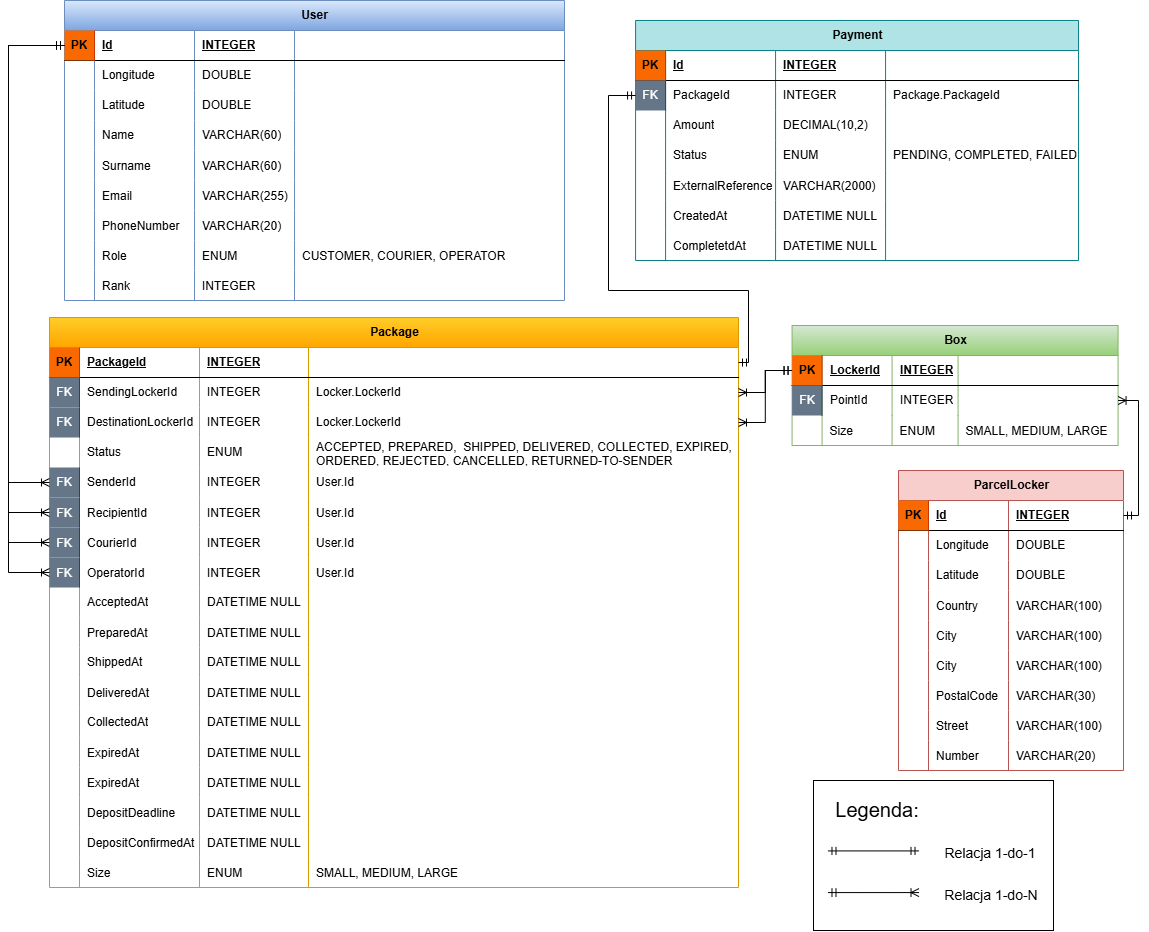
This is docs/IO - diagram ER.drawio.png from Krzysiek-Mistrz/package_managment_system, a draw.io export, as it was before one commit. Source tidied: cells renumbered, new cells last; positions are measured from the earlier drawing's top-left corner, leaving out a move shared by most shapes.
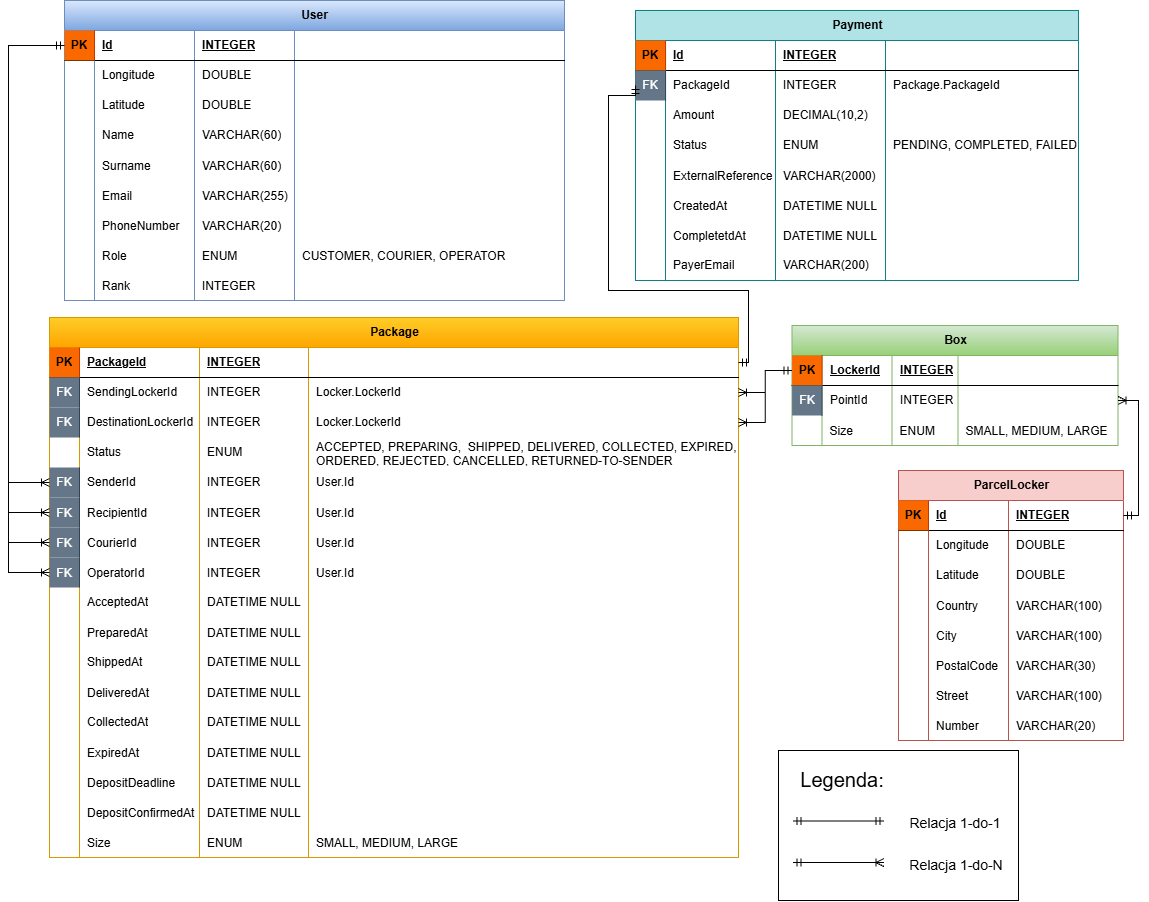
Above is the later version.

Diff of the diagram source:
```diff
@@ -51,7 +51,7 @@
       <mxGeometry x="166" width="160" height="30" as="geometry" />
     </mxCell>
     <mxCell id="18" value="Package" style="shape=table;startSize=30;rowLines=0;fontStyle=1;align=center;html=1;swimlaneFillColor=default;fillColor=#ffcd28;strokeColor=#d79b00;gradientColor=#ffa500;" parent="1" vertex="1">
-      <mxGeometry x="41" y="317" width="689" height="570" as="geometry" />
+      <mxGeometry x="41" y="317" width="689" height="540" as="geometry" />
     </mxCell>
     <mxCell id="19" style="shape=tableRow;horizontal=0;startSize=0;swimlaneHead=0;swimlaneBody=0;fillColor=none;points=[[0,0.5],[1,0.5]];portConstraint=eastwest;top=0;left=0;right=0;bottom=1;" parent="18" vertex="1">
       <mxGeometry y="30" width="689" height="30" as="geometry" />
@@ -110,7 +110,7 @@
     <mxCell id="37" value="ENUM" style="shape=partialRectangle;fillColor=none;top=0;left=0;bottom=0;right=0;align=left;spacingLeft=6;overflow=hidden;whiteSpace=wrap;html=1;" parent="34" vertex="1">
       <mxGeometry x="150" width="109" height="30" as="geometry" />
     </mxCell>
-    <mxCell id="38" value="ACCEPTED, PREPARED,&amp;nbsp; SHIPPED, DELIVERED, COLLECTED, EXPIRED, ORDERED, REJECTED, CANCELLED, RETURNED-TO-SENDER&amp;nbsp;" style="shape=partialRectangle;fillColor=none;top=0;left=0;bottom=0;right=0;align=left;spacingLeft=6;overflow=hidden;whiteSpace=wrap;html=1;" parent="34" vertex="1">
+    <mxCell id="38" value="ACCEPTED, PREPARING,&amp;nbsp; SHIPPED, DELIVERED, COLLECTED, EXPIRED, ORDERED, REJECTED, CANCELLED, RETURNED-TO-SENDER&amp;nbsp;" style="shape=partialRectangle;fillColor=none;top=0;left=0;bottom=0;right=0;align=left;spacingLeft=6;overflow=hidden;whiteSpace=wrap;html=1;" parent="34" vertex="1">
       <mxGeometry x="259" width="430" height="30" as="geometry" />
     </mxCell>
     <mxCell id="39" style="shape=tableRow;horizontal=0;startSize=0;swimlaneHead=0;swimlaneBody=0;fillColor=none;points=[[0,0.5],[1,0.5]];portConstraint=eastwest;top=0;left=0;right=0;bottom=0;" parent="18" vertex="1">
@@ -263,23 +263,8 @@
     <mxCell id="88" style="shape=partialRectangle;fillColor=none;top=0;left=0;bottom=0;right=0;align=left;spacingLeft=6;overflow=hidden;" parent="84" vertex="1">
       <mxGeometry x="259" width="430" height="30" as="geometry" />
     </mxCell>
-    <mxCell id="89" style="shape=tableRow;horizontal=0;startSize=0;swimlaneHead=0;swimlaneBody=0;fillColor=none;top=0;left=0;right=0;bottom=0;" parent="18" vertex="1">
-      <mxGeometry y="450" width="689" height="30" as="geometry" />
-    </mxCell>
-    <mxCell id="90" style="shape=partialRectangle;fillColor=none;top=0;left=0;bottom=0;right=0;overflow=hidden;" parent="89" vertex="1">
-      <mxGeometry width="30" height="30" as="geometry" />
-    </mxCell>
-    <mxCell id="91" value="ExpiredAt    " style="shape=partialRectangle;fillColor=none;top=0;left=0;bottom=0;right=0;align=left;spacingLeft=6;overflow=hidden;" parent="89" vertex="1">
-      <mxGeometry x="30" width="120" height="30" as="geometry" />
-    </mxCell>
-    <mxCell id="92" value="DATETIME NULL" style="shape=partialRectangle;fillColor=none;top=0;left=0;bottom=0;right=0;align=left;spacingLeft=6;overflow=hidden;" parent="89" vertex="1">
-      <mxGeometry x="150" width="109" height="30" as="geometry" />
-    </mxCell>
-    <mxCell id="93" style="shape=partialRectangle;fillColor=none;top=0;left=0;bottom=0;right=0;align=left;spacingLeft=6;overflow=hidden;" parent="89" vertex="1">
-      <mxGeometry x="259" width="430" height="30" as="geometry" />
-    </mxCell>
     <mxCell id="94" style="shape=tableRow;horizontal=0;startSize=0;swimlaneHead=0;swimlaneBody=0;fillColor=none;top=0;left=0;right=0;bottom=0;" parent="18" vertex="1">
-      <mxGeometry y="480" width="689" height="30" as="geometry" />
+      <mxGeometry y="450" width="689" height="30" as="geometry" />
     </mxCell>
     <mxCell id="95" style="shape=partialRectangle;fillColor=none;top=0;left=0;bottom=0;right=0;overflow=hidden;" parent="94" vertex="1">
       <mxGeometry width="30" height="30" as="geometry" />
@@ -294,7 +279,7 @@
       <mxGeometry x="259" width="430" height="30" as="geometry" />
     </mxCell>
     <mxCell id="99" style="shape=tableRow;horizontal=0;startSize=0;swimlaneHead=0;swimlaneBody=0;fillColor=none;top=0;left=0;right=0;bottom=0;" parent="18" vertex="1">
-      <mxGeometry y="510" width="689" height="30" as="geometry" />
+      <mxGeometry y="480" width="689" height="30" as="geometry" />
     </mxCell>
     <mxCell id="100" style="shape=partialRectangle;fillColor=none;top=0;left=0;bottom=0;right=0;overflow=hidden;" parent="99" vertex="1">
       <mxGeometry width="30" height="30" as="geometry" />
@@ -309,7 +294,7 @@
       <mxGeometry x="259" width="430" height="30" as="geometry" />
     </mxCell>
     <mxCell id="104" style="shape=tableRow;horizontal=0;startSize=0;swimlaneHead=0;swimlaneBody=0;fillColor=none;top=0;left=0;right=0;bottom=0;" parent="18" vertex="1">
-      <mxGeometry y="540" width="689" height="30" as="geometry" />
+      <mxGeometry y="510" width="689" height="30" as="geometry" />
     </mxCell>
     <mxCell id="105" style="shape=partialRectangle;fillColor=none;top=0;left=0;bottom=0;right=0;overflow=hidden;" parent="104" vertex="1">
       <mxGeometry width="30" height="30" as="geometry" />
@@ -324,7 +309,7 @@
       <mxGeometry x="259" width="430" height="30" as="geometry" />
     </mxCell>
     <mxCell id="109" value="ParcelLocker" style="shape=table;startSize=30;rowLines=0;fontStyle=1;align=center;html=1;swimlaneFillColor=default;fillColor=#f8cecc;strokeColor=#b85450;gradientColor=none;" parent="1" vertex="1">
-      <mxGeometry x="890" y="470" width="225" height="300" as="geometry" />
+      <mxGeometry x="890" y="470" width="225" height="270" as="geometry" />
     </mxCell>
     <mxCell id="110" style="shape=tableRow;horizontal=0;startSize=0;swimlaneHead=0;swimlaneBody=0;fillColor=none;points=[[0,0.5],[1,0.5]];portConstraint=eastwest;top=0;left=0;right=0;bottom=1;" parent="109" vertex="1">
       <mxGeometry y="30" width="225" height="30" as="geometry" />
@@ -386,20 +371,8 @@
     <mxCell id="129" value="VARCHAR(100)" style="shape=partialRectangle;fillColor=none;top=0;left=0;bottom=0;right=0;align=left;spacingLeft=6;overflow=hidden;" parent="126" vertex="1">
       <mxGeometry x="110" width="115" height="30" as="geometry" />
     </mxCell>
-    <mxCell id="130" style="shape=tableRow;horizontal=0;startSize=0;swimlaneHead=0;swimlaneBody=0;fillColor=none;top=0;left=0;right=0;bottom=0;" parent="109" vertex="1">
-      <mxGeometry y="180" width="225" height="30" as="geometry" />
-    </mxCell>
-    <mxCell id="131" style="shape=partialRectangle;fillColor=none;top=0;left=0;bottom=0;right=0;overflow=hidden;" parent="130" vertex="1">
-      <mxGeometry width="30" height="30" as="geometry" />
-    </mxCell>
-    <mxCell id="132" value="City" style="shape=partialRectangle;fillColor=none;top=0;left=0;bottom=0;right=0;align=left;spacingLeft=6;overflow=hidden;" parent="130" vertex="1">
-      <mxGeometry x="30" width="80" height="30" as="geometry" />
-    </mxCell>
-    <mxCell id="133" value="VARCHAR(100)" style="shape=partialRectangle;fillColor=none;top=0;left=0;bottom=0;right=0;align=left;spacingLeft=6;overflow=hidden;" parent="130" vertex="1">
-      <mxGeometry x="110" width="115" height="30" as="geometry" />
-    </mxCell>
     <mxCell id="134" style="shape=tableRow;horizontal=0;startSize=0;swimlaneHead=0;swimlaneBody=0;fillColor=none;top=0;left=0;right=0;bottom=0;" parent="109" vertex="1">
-      <mxGeometry y="210" width="225" height="30" as="geometry" />
+      <mxGeometry y="180" width="225" height="30" as="geometry" />
     </mxCell>
     <mxCell id="135" style="shape=partialRectangle;fillColor=none;top=0;left=0;bottom=0;right=0;overflow=hidden;" parent="134" vertex="1">
       <mxGeometry width="30" height="30" as="geometry" />
@@ -411,7 +384,7 @@
       <mxGeometry x="110" width="115" height="30" as="geometry" />
     </mxCell>
     <mxCell id="138" style="shape=tableRow;horizontal=0;startSize=0;swimlaneHead=0;swimlaneBody=0;fillColor=none;top=0;left=0;right=0;bottom=0;" parent="109" vertex="1">
-      <mxGeometry y="240" width="225" height="30" as="geometry" />
+      <mxGeometry y="210" width="225" height="30" as="geometry" />
     </mxCell>
     <mxCell id="139" style="shape=partialRectangle;fillColor=none;top=0;left=0;bottom=0;right=0;overflow=hidden;" parent="138" vertex="1">
       <mxGeometry width="30" height="30" as="geometry" />
@@ -423,7 +396,7 @@
       <mxGeometry x="110" width="115" height="30" as="geometry" />
     </mxCell>
     <mxCell id="142" style="shape=tableRow;horizontal=0;startSize=0;swimlaneHead=0;swimlaneBody=0;fillColor=none;top=0;left=0;right=0;bottom=0;" parent="109" vertex="1">
-      <mxGeometry y="270" width="225" height="30" as="geometry" />
+      <mxGeometry y="240" width="225" height="30" as="geometry" />
     </mxCell>
     <mxCell id="143" style="shape=partialRectangle;fillColor=none;top=0;left=0;bottom=0;right=0;overflow=hidden;" parent="142" vertex="1">
       <mxGeometry width="30" height="30" as="geometry" />
@@ -587,7 +560,7 @@
       <mxGeometry relative="1" as="geometry" />
     </mxCell>
     <mxCell id="195" style="group;" parent="1" vertex="1">
-      <mxGeometry x="805" y="780" width="240" height="150" as="geometry" />
+      <mxGeometry x="770" y="750" width="240" height="150" as="geometry" />
     </mxCell>
     <mxCell id="196" style="rounded=0;whiteSpace=wrap;html=1;fillColor=none;" parent="195" vertex="1">
       <mxGeometry width="240" height="150" as="geometry" />
@@ -614,7 +587,7 @@
       <mxGeometry x="117.9" y="100" width="120" height="30" as="geometry" />
     </mxCell>
     <mxCell id="202" value="Payment" style="shape=table;startSize=30;rowLines=0;fontStyle=1;align=center;html=1;fillColor=#b0e3e6;strokeColor=#0e8088;swimlaneFillColor=default;" parent="1" vertex="1">
-      <mxGeometry x="627.1" y="20" width="442.9" height="240" as="geometry" />
+      <mxGeometry x="627.1" y="10" width="442.9" height="270" as="geometry" />
     </mxCell>
     <mxCell id="203" style="shape=tableRow;horizontal=0;startSize=0;swimlaneHead=0;swimlaneBody=0;fillColor=none;top=0;left=0;right=0;bottom=1;" parent="202" vertex="1">
       <mxGeometry y="30" width="442.9" height="30" as="geometry" />
@@ -721,6 +694,21 @@
     <mxCell id="237" style="shape=partialRectangle;fillColor=none;top=0;left=0;bottom=0;right=0;align=left;spacingLeft=6;overflow=hidden;" parent="233" vertex="1">
       <mxGeometry x="250" width="192.9" height="30" as="geometry" />
     </mxCell>
+    <mxCell id="243" style="shape=tableRow;horizontal=0;startSize=0;swimlaneHead=0;swimlaneBody=0;fillColor=none;top=0;left=0;right=0;bottom=0;" parent="202" vertex="1">
+      <mxGeometry y="240" width="442.9" height="30" as="geometry" />
+    </mxCell>
+    <mxCell id="244" style="shape=partialRectangle;fillColor=none;top=0;left=0;bottom=0;right=0;fontStyle=0;overflow=hidden;whiteSpace=wrap;html=1;" parent="243" vertex="1">
+      <mxGeometry width="30" height="30" as="geometry" />
+    </mxCell>
+    <mxCell id="245" value="PayerEmail" style="shape=partialRectangle;fillColor=none;top=0;left=0;bottom=0;right=0;align=left;spacingLeft=6;fontStyle=0;overflow=hidden;whiteSpace=wrap;html=1;" parent="243" vertex="1">
+      <mxGeometry x="30" width="110" height="30" as="geometry" />
+    </mxCell>
+    <mxCell id="246" value="VARCHAR(200)" style="shape=partialRectangle;fillColor=none;top=0;left=0;bottom=0;right=0;align=left;spacingLeft=6;fontStyle=0;overflow=hidden;whiteSpace=wrap;html=1;" parent="243" vertex="1">
+      <mxGeometry x="140" width="110" height="30" as="geometry" />
+    </mxCell>
+    <mxCell id="247" style="shape=partialRectangle;fillColor=none;top=0;left=0;bottom=0;right=0;align=left;spacingLeft=6;fontStyle=0;overflow=hidden;whiteSpace=wrap;html=1;" parent="243" vertex="1">
+      <mxGeometry x="250" width="192.9" height="30" as="geometry" />
+    </mxCell>
     <mxCell id="238" style="edgeStyle=orthogonalEdgeStyle;fontSize=12;html=1;endArrow=ERmandOne;startArrow=ERmandOne;rounded=0;defaultLabelBackgroundColor=page;exitX=1;exitY=0.5;exitDx=0;exitDy=0;entryX=0;entryY=0.5;entryDx=0;entryDy=0;" parent="1" edge="1" source="19" target="208">
       <mxGeometry relative="1" as="geometry">
         <Array as="points">
```
